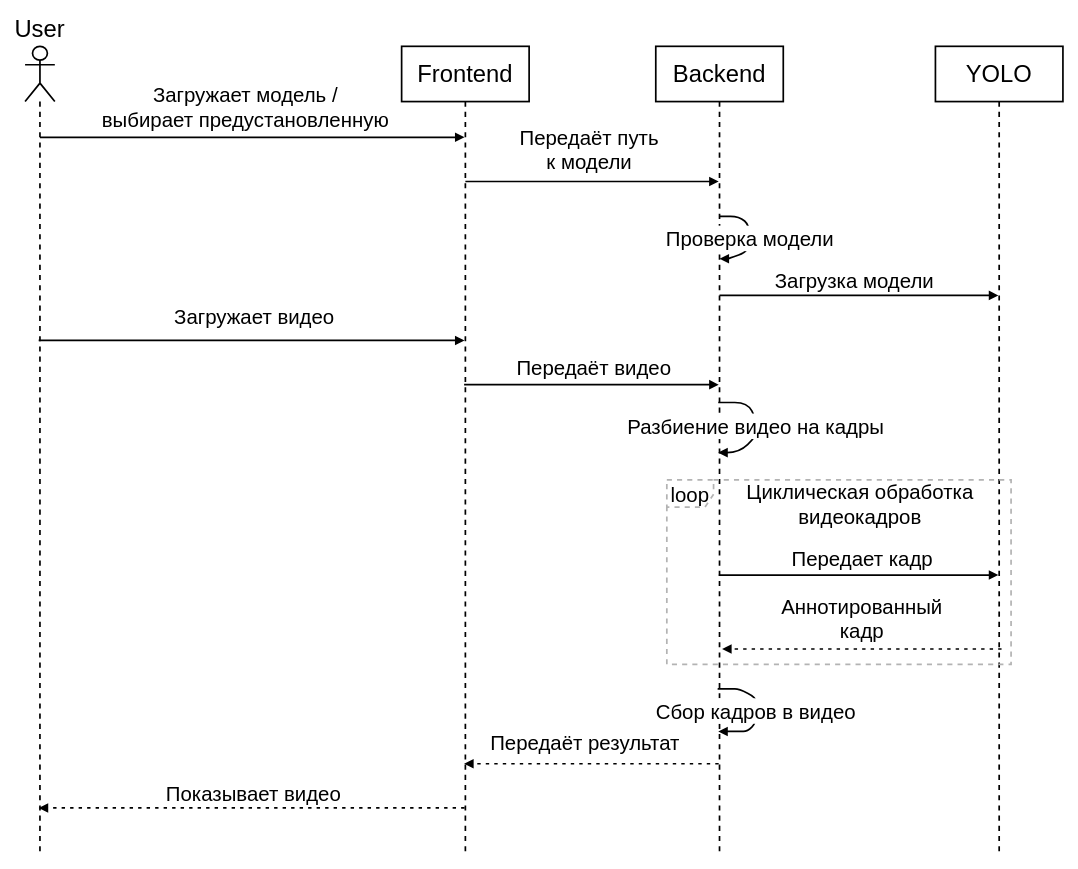
Before: page "Страница — 2" (2 of 3) of ВКР/Диаграмма.drawio in FaceMan01/Homework, a draw.io diagram. Source tidied: cells renumbered, new cells numbered last; positions are measured from the earlier drawing's top-left corner, leaving out a move shared by most shapes. Both pictures are drawn from the tidied source at 85%, with x=0, y=0 at pixel (25, 46).
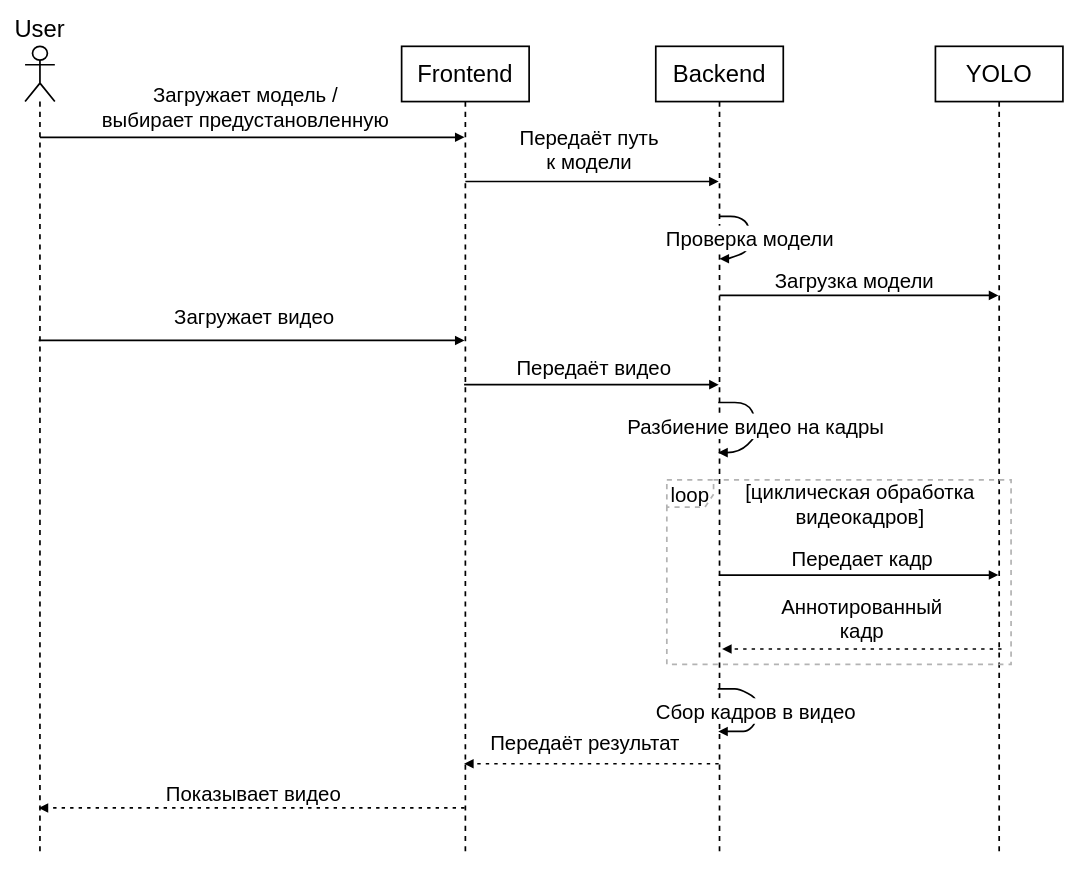
The same diagram, later.

Unchanged cells that the change refers to:
```xml
<mxCell id="6" value="loop" style="shape=umlFrame;dashed=1;strokeColor=#B3B3B3;height=32;width=55;fontSize=24;strokeWidth=2;shadow=0;" parent="1" vertex="1">
  <mxGeometry x="755" y="510" width="405" height="217" as="geometry" />
</mxCell>
```

What changed in the source:
```diff
@@
-    <mxCell id="7" value="Циклическая обработка&#10;видеокадров" style="text;strokeColor=none;fillColor=none;align=center;verticalAlign=middle;whiteSpace=wrap;fontSize=24;strokeWidth=2;shadow=0;" parent="6" vertex="1">
+    <mxCell id="7" value="[циклическая обработка&#10;видеокадров]" style="text;strokeColor=none;fillColor=none;align=center;verticalAlign=middle;whiteSpace=wrap;fontSize=24;strokeWidth=2;shadow=0;" parent="6" vertex="1">
       <mxGeometry x="50.2" y="12" width="354.8" height="33.6" as="geometry" />
     </mxCell>
```
